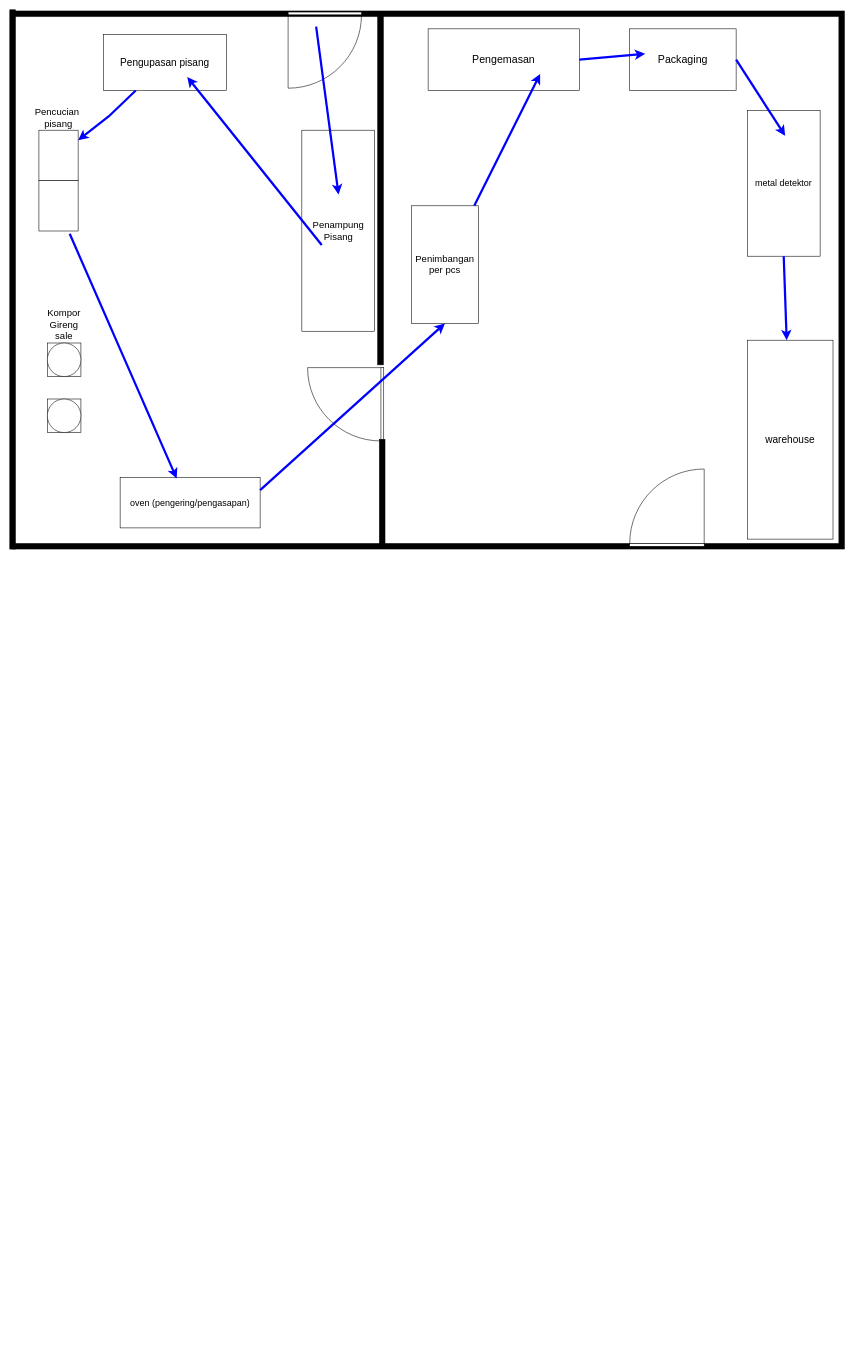
Earlier version of the draw.io diagram Untitled Diagram.drawio (joeinus134131/OnlineDiagramProject). Source tidied: cells renumbered, new cells numbered last; positions are measured from the earlier drawing's top-left corner, leaving out a move shared by most shapes. Both pictures are drawn from the tidied source at 56%, with x=0, y=0 at pixel (10, -136).
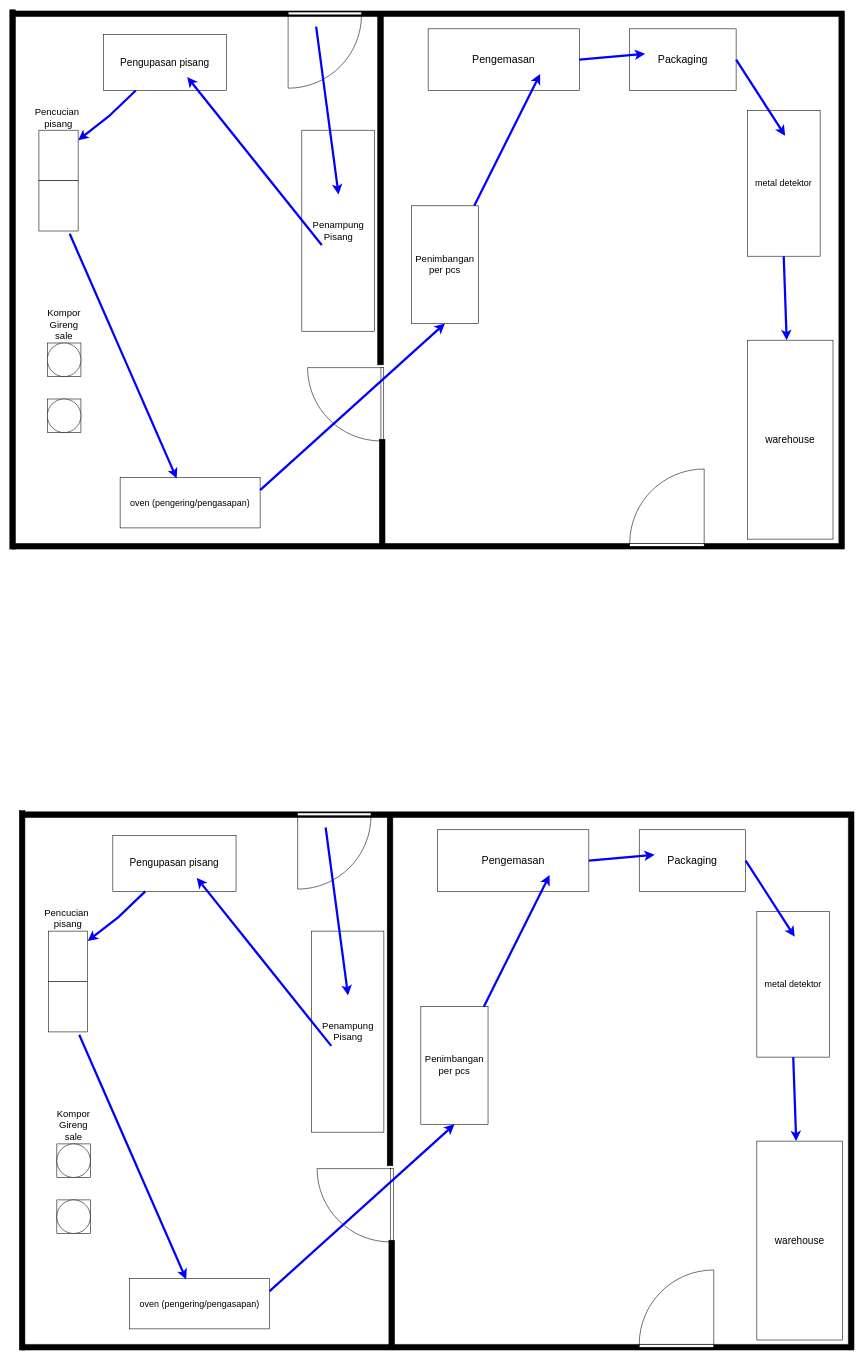
The same page after the edit.

Change to the diagram source:
```diff
@@
+    <mxCell id="37" style="verticalLabelPosition=bottom;html=1;verticalAlign=top;align=center;strokeWidth=1;shape=mxgraph.floorplan.wallU;fillColor=#000000;rounded=0;shadow=0;comic=0;fontFamily=Verdana;fontSize=12;rotation=90;" parent="1" vertex="1">
+      <mxGeometry x="284.2" y="1430" width="961" height="1485.5" as="geometry" />
+    </mxCell>
+    <mxCell id="38" style="verticalLabelPosition=bottom;html=1;verticalAlign=top;align=center;strokeWidth=1;shape=mxgraph.floorplan.doorLeft;rounded=0;shadow=0;comic=0;fontFamily=Verdana;fontSize=12;rotation=90;" parent="1" vertex="1">
+      <mxGeometry x="564" y="2339.5" width="131" height="110.5" as="geometry" />
+    </mxCell>
+    <mxCell id="39" style="verticalLabelPosition=bottom;html=1;verticalAlign=top;align=center;strokeWidth=1;shape=mxgraph.floorplan.wall;fillColor=#000000;direction=south;rounded=0;shadow=0;comic=0;fontFamily=Verdana;fontSize=12;" parent="1" vertex="1">
+      <mxGeometry x="17" y="1690.2" width="10" height="963" as="geometry" />
+    </mxCell>
+    <mxCell id="40" style="verticalLabelPosition=bottom;html=1;verticalAlign=top;align=center;strokeWidth=1;shape=mxgraph.floorplan.wall;fillColor=#000000;direction=south;rounded=0;shadow=0;comic=0;fontFamily=Verdana;fontSize=12;" parent="1" vertex="1">
+      <mxGeometry x="677" y="2457.2" width="10" height="191" as="geometry" />
+    </mxCell>
+    <mxCell id="41" style="verticalLabelPosition=bottom;html=1;verticalAlign=top;align=center;strokeWidth=1;shape=mxgraph.floorplan.wall;fillColor=#000000;rounded=0;shadow=0;comic=0;fontFamily=Verdana;fontSize=12;rotation=-90;" parent="1" vertex="1">
+      <mxGeometry x="364" y="2004.2" width="630" height="10" as="geometry" />
+    </mxCell>
+    <mxCell id="42" style="verticalLabelPosition=bottom;html=1;verticalAlign=top;align=center;strokeWidth=1;shape=mxgraph.floorplan.doorLeft;rounded=0;shadow=0;comic=0;fontFamily=Verdana;fontSize=12;rotation=-180;" parent="1" vertex="1">
+      <mxGeometry x="1124" y="2535.8" width="133" height="112.5" as="geometry" />
+    </mxCell>
+    <mxCell id="43" value="&lt;font style=&quot;font-size: 18px;&quot;&gt;warehouse&lt;/font&gt;" style="rounded=0;whiteSpace=wrap;html=1;" parent="1" vertex="1">
+      <mxGeometry x="1334" y="2280.2" width="153" height="355.2" as="geometry" />
+    </mxCell>
+    <mxCell id="44" value="&lt;font style=&quot;font-size: 19px;&quot;&gt;Packaging&lt;/font&gt;" style="rounded=0;whiteSpace=wrap;html=1;" parent="1" vertex="1">
+      <mxGeometry x="1124" y="1724.2" width="190" height="110" as="geometry" />
+    </mxCell>
+    <mxCell id="45" value="&lt;font style=&quot;font-size: 19px;&quot;&gt;Pengemasan&lt;/font&gt;" style="rounded=0;whiteSpace=wrap;html=1;" parent="1" vertex="1">
+      <mxGeometry x="764" y="1724.2" width="270" height="110" as="geometry" />
+    </mxCell>
+    <mxCell id="46" value="&lt;font style=&quot;font-size: 17px;&quot;&gt;Penimbangan&lt;br&gt;per pcs&lt;/font&gt;" style="rounded=0;whiteSpace=wrap;html=1;rotation=0;" parent="1" vertex="1">
+      <mxGeometry x="734" y="2040.2" width="120" height="210" as="geometry" />
+    </mxCell>
+    <mxCell id="47" style="group;" parent="1" vertex="1">
+      <mxGeometry x="69" y="1905.2" width="70" height="180" as="geometry" />
+    </mxCell>
+    <mxCell id="48" style="rounded=0;whiteSpace=wrap;html=1;" parent="47" vertex="1">
+      <mxGeometry width="70" height="90" as="geometry" />
+    </mxCell>
+    <mxCell id="49" style="rounded=0;whiteSpace=wrap;html=1;" parent="47" vertex="1">
+      <mxGeometry y="90" width="70" height="90" as="geometry" />
+    </mxCell>
+    <mxCell id="50" style="group;" parent="1" vertex="1">
+      <mxGeometry x="84" y="2285.2" width="60" height="60" as="geometry" />
+    </mxCell>
+    <mxCell id="51" style="rounded=0;whiteSpace=wrap;html=1;" parent="50" vertex="1">
+      <mxGeometry width="60" height="60" as="geometry" />
+    </mxCell>
+    <mxCell id="52" style="ellipse;whiteSpace=wrap;html=1;" parent="50" vertex="1">
+      <mxGeometry width="60" height="60" as="geometry" />
+    </mxCell>
+    <mxCell id="53" style="group;" parent="1" vertex="1">
+      <mxGeometry x="84" y="2385.2" width="60" height="60" as="geometry" />
+    </mxCell>
+    <mxCell id="54" style="rounded=0;whiteSpace=wrap;html=1;" parent="53" vertex="1">
+      <mxGeometry width="60" height="60" as="geometry" />
+    </mxCell>
+    <mxCell id="55" style="ellipse;whiteSpace=wrap;html=1;" parent="53" vertex="1">
+      <mxGeometry width="60" height="60" as="geometry" />
+    </mxCell>
+    <mxCell id="56" value="&lt;font style=&quot;font-size: 17px;&quot;&gt;Penampung&lt;br&gt;Pisang&lt;/font&gt;" style="rounded=0;whiteSpace=wrap;html=1;rotation=0;" parent="1" vertex="1">
+      <mxGeometry x="538.5" y="1905.2" width="129.5" height="359" as="geometry" />
+    </mxCell>
+    <mxCell id="57" value="&lt;font style=&quot;font-size: 18px;&quot;&gt;Pengupasan pisang&lt;/font&gt;" style="rounded=0;whiteSpace=wrap;html=1;" parent="1" vertex="1">
+      <mxGeometry x="184" y="1734.2" width="220" height="100" as="geometry" />
+    </mxCell>
+    <mxCell id="58" value="&lt;font style=&quot;font-size: 17px;&quot;&gt;Pencucian&amp;nbsp; pisang&lt;/font&gt;" style="text;html=1;strokeColor=none;fillColor=none;align=center;verticalAlign=middle;whiteSpace=wrap;rounded=0;" parent="1" vertex="1">
+      <mxGeometry x="74" y="1850.2" width="60" height="65" as="geometry" />
+    </mxCell>
+    <mxCell id="59" value="&lt;font style=&quot;font-size: 17px;&quot;&gt;Kompor&lt;br&gt;Gireng sale&lt;/font&gt;" style="text;html=1;strokeColor=none;fillColor=none;align=center;verticalAlign=middle;whiteSpace=wrap;rounded=0;" parent="1" vertex="1">
+      <mxGeometry x="84" y="2220.2" width="60" height="65" as="geometry" />
+    </mxCell>
+    <mxCell id="60" style="verticalLabelPosition=bottom;html=1;verticalAlign=top;align=center;strokeWidth=1;shape=mxgraph.floorplan.doorLeft;rounded=0;shadow=0;comic=0;fontFamily=Verdana;fontSize=12;rotation=0;" parent="1" vertex="1">
+      <mxGeometry x="514" y="1694.2" width="131" height="110.5" as="geometry" />
+    </mxCell>
+    <mxCell id="61" value="&lt;font style=&quot;font-size: 16px;&quot;&gt;oven (pengering/pengasapan)&lt;/font&gt;" style="rounded=0;whiteSpace=wrap;html=1;" parent="1" vertex="1">
+      <mxGeometry x="214" y="2525.5" width="250" height="90" as="geometry" />
+    </mxCell>
+    <mxCell id="62" style="endArrow=classic;html=1;rounded=0;exitX=0.382;exitY=0.235;exitDx=0;exitDy=0;exitPerimeter=0;entryX=0.506;entryY=0.32;entryDx=0;entryDy=0;entryPerimeter=0;strokeColor=#0000FF;strokeWidth=4;" parent="1" edge="1" source="60" target="56">
+      <mxGeometry relative="1" as="geometry" />
+    </mxCell>
+    <mxCell id="63" value="&lt;font style=&quot;font-size: 16px;&quot;&gt;metal detektor&lt;/font&gt;" style="rounded=0;whiteSpace=wrap;html=1;" parent="1" vertex="1">
+      <mxGeometry x="1334" y="1870.2" width="130" height="260" as="geometry" />
+    </mxCell>
+    <mxCell id="64" style="endArrow=classic;html=1;rounded=0;strokeColor=#0000FF;strokeWidth=4;" parent="1" edge="1" source="57" target="48">
+      <mxGeometry relative="1" as="geometry">
+        <Array as="points">
+          <mxPoint x="194" y="1880.2" />
+        </Array>
+      </mxGeometry>
+    </mxCell>
+    <mxCell id="65" style="endArrow=classic;html=1;rounded=0;exitX=0.197;exitY=0.543;exitDx=0;exitDy=0;exitPerimeter=0;entryX=0.636;entryY=0.66;entryDx=0;entryDy=0;entryPerimeter=0;strokeColor=#0000FF;strokeWidth=4;" parent="1" edge="1">
+      <mxGeometry relative="1" as="geometry">
+        <mxPoint x="574" y="2110.2" as="sourcePoint" />
+        <mxPoint x="333.9" y="1810.2" as="targetPoint" />
+      </mxGeometry>
+    </mxCell>
+    <mxCell id="66" style="endArrow=classic;html=1;rounded=0;entryX=0.404;entryY=0.019;entryDx=0;entryDy=0;entryPerimeter=0;strokeColor=#0000FF;strokeWidth=4;" parent="1" edge="1" target="61">
+      <mxGeometry relative="1" as="geometry">
+        <mxPoint x="124" y="2090.2" as="sourcePoint" />
+      </mxGeometry>
+    </mxCell>
+    <mxCell id="67" style="endArrow=classic;html=1;rounded=0;entryX=0.5;entryY=1;entryDx=0;entryDy=0;strokeColor=#0000FF;exitX=1;exitY=0.25;exitDx=0;exitDy=0;strokeWidth=4;" parent="1" edge="1" source="61" target="46">
+      <mxGeometry relative="1" as="geometry" />
+    </mxCell>
+    <mxCell id="68" style="endArrow=classic;html=1;rounded=0;entryX=0.5;entryY=1;entryDx=0;entryDy=0;strokeColor=#0000FF;strokeWidth=4;" parent="1" edge="1" source="46">
+      <mxGeometry relative="1" as="geometry">
+        <mxPoint x="964" y="1804.8" as="targetPoint" />
+      </mxGeometry>
+    </mxCell>
+    <mxCell id="69" style="endArrow=classic;html=1;rounded=0;entryX=0.5;entryY=1;entryDx=0;entryDy=0;strokeColor=#0000FF;exitX=1;exitY=0.5;exitDx=0;exitDy=0;strokeWidth=4;" parent="1" edge="1" source="45">
+      <mxGeometry relative="1" as="geometry">
+        <mxPoint x="1151.6" y="1768.8" as="targetPoint" />
+      </mxGeometry>
+    </mxCell>
+    <mxCell id="70" style="endArrow=classic;html=1;rounded=0;entryX=0.5;entryY=1;entryDx=0;entryDy=0;strokeColor=#0000FF;exitX=1;exitY=0.5;exitDx=0;exitDy=0;strokeWidth=4;" parent="1" edge="1" source="44">
+      <mxGeometry relative="1" as="geometry">
+        <mxPoint x="1401.6" y="1915.2" as="targetPoint" />
+      </mxGeometry>
+    </mxCell>
+    <mxCell id="71" style="endArrow=classic;html=1;rounded=0;strokeColor=#0000FF;exitX=0.5;exitY=1;exitDx=0;exitDy=0;strokeWidth=4;" parent="1" edge="1" source="63" target="43">
+      <mxGeometry relative="1" as="geometry" />
+    </mxCell>
```
